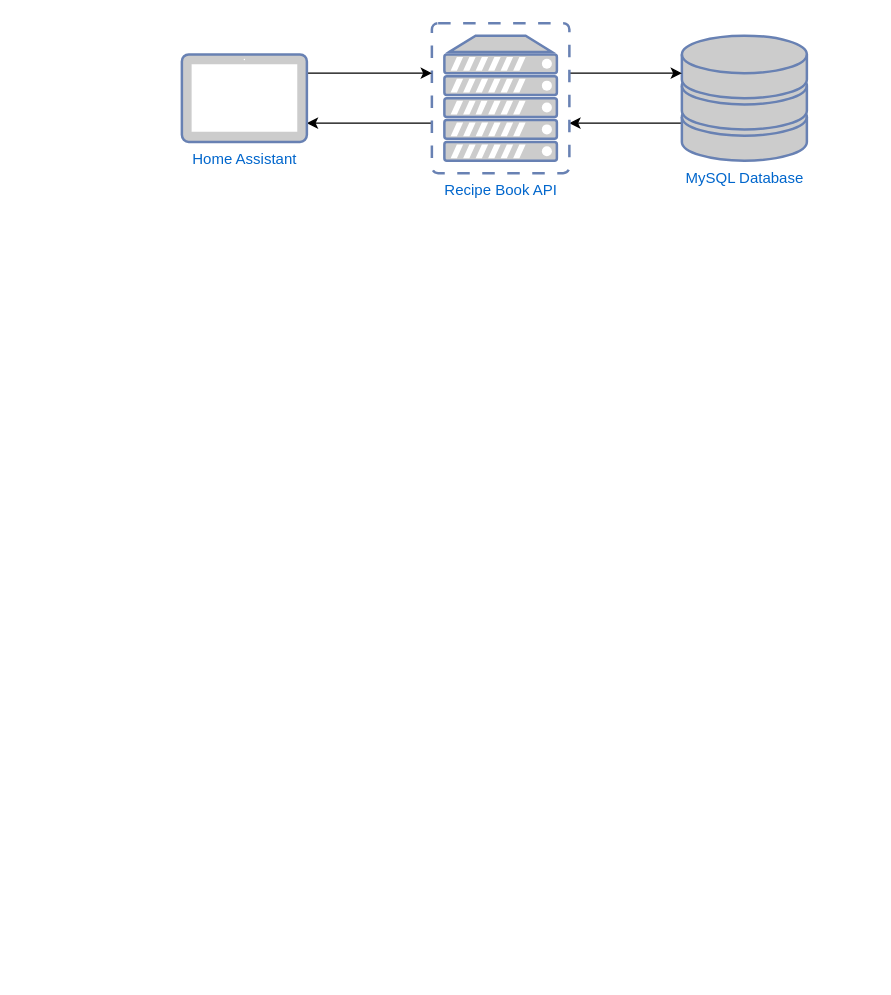
kyleranous/recipebook keeps this draw.io diagram as docs/recipebook_network_diagram.drawio. Above is the earlier version. Source tidied: cells renumbered, new cells numbered last; positions are measured from the earlier drawing's top-left corner, leaving out a move shared by most shapes. Both pictures are drawn from the tidied source at 125%, with x=0, y=0 at pixel (181, 22).
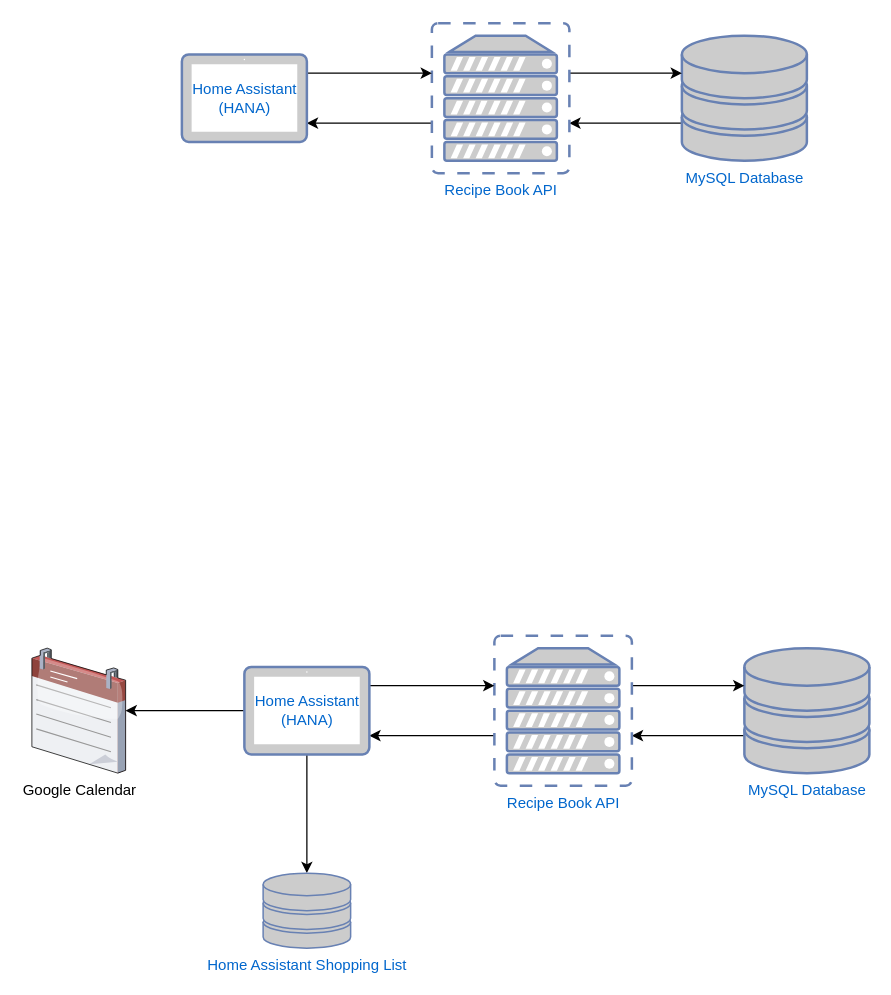
The same page after the edit.

Change to the diagram source:
```diff
@@
-    <mxCell id="8" value="Home Assistant" style="fontColor=#0066CC;verticalAlign=top;verticalLabelPosition=bottom;labelPosition=center;align=center;html=1;outlineConnect=0;fillColor=#CCCCCC;strokeColor=#6881B3;gradientColor=none;gradientDirection=north;strokeWidth=2;shape=mxgraph.networks.tablet;" parent="1" vertex="1">
+    <mxCell id="8" value="Home Assistant&lt;br&gt;(HANA)" style="fontColor=#0066CC;verticalAlign=middle;verticalLabelPosition=middle;labelPosition=center;align=center;html=1;outlineConnect=0;fillColor=#CCCCCC;strokeColor=#6881B3;gradientColor=none;gradientDirection=north;strokeWidth=2;shape=mxgraph.networks.tablet;" parent="1" vertex="1">
       <mxGeometry y="25" width="100" height="70" as="geometry" />
     </mxCell>
+    <mxCell id="9" style="edgeStyle=orthogonalEdgeStyle;rounded=0;jettySize=auto;html=1;" parent="1" edge="1" source="10" target="13">
+      <mxGeometry relative="1" as="geometry">
+        <Array as="points">
+          <mxPoint x="420" y="570" />
+          <mxPoint x="420" y="570" />
+        </Array>
+      </mxGeometry>
+    </mxCell>
+    <mxCell id="10" value="MySQL Database" style="fontColor=#0066CC;verticalAlign=top;verticalLabelPosition=bottom;labelPosition=center;align=center;html=1;outlineConnect=0;fillColor=#CCCCCC;strokeColor=#6881B3;gradientColor=none;gradientDirection=north;strokeWidth=2;shape=mxgraph.networks.storage;" parent="1" vertex="1">
+      <mxGeometry x="450" y="500" width="100" height="100" as="geometry" />
+    </mxCell>
+    <mxCell id="11" style="edgeStyle=orthogonalEdgeStyle;rounded=0;jettySize=auto;html=1;" parent="1" edge="1" source="13" target="17">
+      <mxGeometry relative="1" as="geometry">
+        <Array as="points">
+          <mxPoint x="180" y="570" />
+          <mxPoint x="180" y="570" />
+        </Array>
+      </mxGeometry>
+    </mxCell>
+    <mxCell id="12" style="edgeStyle=orthogonalEdgeStyle;rounded=0;jettySize=auto;html=1;" parent="1" edge="1" source="13" target="10">
+      <mxGeometry relative="1" as="geometry">
+        <Array as="points">
+          <mxPoint x="440" y="530" />
+          <mxPoint x="440" y="530" />
+        </Array>
+      </mxGeometry>
+    </mxCell>
+    <mxCell id="13" value="Recipe Book API" style="fontColor=#0066CC;verticalAlign=top;verticalLabelPosition=bottom;labelPosition=center;align=center;html=1;outlineConnect=0;fillColor=#CCCCCC;strokeColor=#6881B3;gradientColor=none;gradientDirection=north;strokeWidth=2;shape=mxgraph.networks.virtual_server;" parent="1" vertex="1">
+      <mxGeometry x="250" y="490" width="110" height="120" as="geometry" />
+    </mxCell>
+    <mxCell id="14" style="edgeStyle=orthogonalEdgeStyle;rounded=0;jettySize=auto;html=1;" parent="1" edge="1" source="17" target="13">
+      <mxGeometry relative="1" as="geometry">
+        <Array as="points">
+          <mxPoint x="220" y="530" />
+          <mxPoint x="220" y="530" />
+        </Array>
+      </mxGeometry>
+    </mxCell>
+    <mxCell id="15" style="edgeStyle=orthogonalEdgeStyle;rounded=0;jettySize=auto;html=1;" parent="1" edge="1" source="17" target="18">
+      <mxGeometry relative="1" as="geometry" />
+    </mxCell>
+    <mxCell id="16" style="edgeStyle=orthogonalEdgeStyle;rounded=0;jettySize=auto;html=1;" parent="1" edge="1" source="17" target="19">
+      <mxGeometry relative="1" as="geometry" />
+    </mxCell>
+    <mxCell id="17" value="Home Assistant&lt;br&gt;(HANA)" style="fontColor=#0066CC;verticalAlign=middle;verticalLabelPosition=middle;labelPosition=center;align=center;html=1;outlineConnect=0;fillColor=#CCCCCC;strokeColor=#6881B3;gradientColor=none;gradientDirection=north;strokeWidth=2;shape=mxgraph.networks.tablet;" parent="1" vertex="1">
+      <mxGeometry x="50" y="515" width="100" height="70" as="geometry" />
+    </mxCell>
+    <mxCell id="18" value="Home Assistant Shopping List" style="fontColor=#0066CC;verticalAlign=top;verticalLabelPosition=bottom;labelPosition=center;align=center;html=1;outlineConnect=0;fillColor=#CCCCCC;strokeColor=#6881B3;gradientColor=none;gradientDirection=north;strokeWidth=2;shape=mxgraph.networks.storage;" parent="1" vertex="1">
+      <mxGeometry x="65" y="680" width="70" height="60" as="geometry" />
+    </mxCell>
+    <mxCell id="19" value="Google Calendar" style="verticalLabelPosition=bottom;sketch=0;html=1;verticalAlign=top;strokeColor=none;align=center;outlineConnect=0;shape=mxgraph.citrix.calendar;" parent="1" vertex="1">
+      <mxGeometry x="-120" y="500" width="75" height="100" as="geometry" />
+    </mxCell>
```
